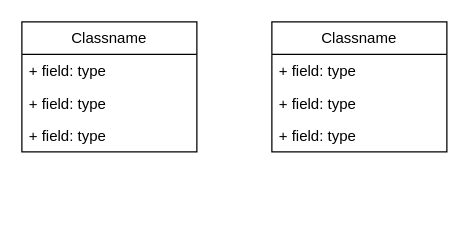
This is page "Save" (2 of 2) of uml/UML.drawio from Limacha/le-Seigneur-des-agnions, a draw.io file, before an edit. Source tidied: cells renumbered, new cells numbered last; positions are measured from the earlier drawing's top-left corner, leaving out a move shared by most shapes. Both pictures are drawn from the tidied source at 125%, with x=0, y=0 at pixel (21, 21).
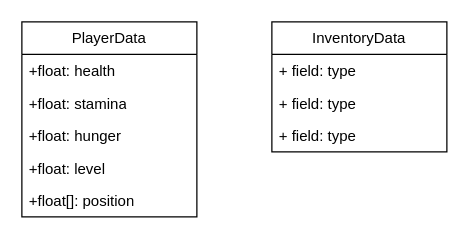
The same page after the edit.

Diff of the diagram source:
```diff
@@
 <mxGraphModel>
   <root>
     <mxCell id="0" />
     <mxCell id="1" parent="0" />
-    <mxCell id="2" value="Classname" style="swimlane;fontStyle=0;horizontal=1;startSize=26;fillColor=none;whiteSpace=wrap;html=1;" parent="1" vertex="1">
-      <mxGeometry width="140" height="104" as="geometry" />
+    <mxCell id="2" value="PlayerData" style="swimlane;fontStyle=0;horizontal=1;startSize=26;fillColor=none;whiteSpace=wrap;html=1;" parent="1" vertex="1">
+      <mxGeometry width="140" height="156" as="geometry" />
     </mxCell>
-    <mxCell id="3" value="+ field: type" style="text;strokeColor=none;fillColor=none;align=left;verticalAlign=top;spacingLeft=4;spacingRight=4;overflow=hidden;whiteSpace=wrap;html=1;" parent="2" vertex="1">
+    <mxCell id="3" value="+float: health" style="text;strokeColor=none;fillColor=none;align=left;verticalAlign=top;spacingLeft=4;spacingRight=4;overflow=hidden;whiteSpace=wrap;html=1;" parent="2" vertex="1">
       <mxGeometry y="26" width="140" height="26" as="geometry" />
     </mxCell>
-    <mxCell id="4" value="+ field: type" style="text;strokeColor=none;fillColor=none;align=left;verticalAlign=top;spacingLeft=4;spacingRight=4;overflow=hidden;whiteSpace=wrap;html=1;" parent="2" vertex="1">
+    <mxCell id="4" value="+float: stamina" style="text;strokeColor=none;fillColor=none;align=left;verticalAlign=top;spacingLeft=4;spacingRight=4;overflow=hidden;whiteSpace=wrap;html=1;" parent="2" vertex="1">
       <mxGeometry y="52" width="140" height="26" as="geometry" />
     </mxCell>
-    <mxCell id="5" value="+ field: type" style="text;strokeColor=none;fillColor=none;align=left;verticalAlign=top;spacingLeft=4;spacingRight=4;overflow=hidden;whiteSpace=wrap;html=1;" parent="2" vertex="1">
+    <mxCell id="5" value="+float: hunger" style="text;strokeColor=none;fillColor=none;align=left;verticalAlign=top;spacingLeft=4;spacingRight=4;overflow=hidden;whiteSpace=wrap;html=1;" parent="2" vertex="1">
       <mxGeometry y="78" width="140" height="26" as="geometry" />
     </mxCell>
+    <mxCell id="10" value="+float: level" style="text;strokeColor=none;fillColor=none;align=left;verticalAlign=top;spacingLeft=4;spacingRight=4;overflow=hidden;whiteSpace=wrap;html=1;" parent="2" vertex="1">
+      <mxGeometry y="104" width="140" height="26" as="geometry" />
+    </mxCell>
+    <mxCell id="11" value="+float[]: position" style="text;strokeColor=none;fillColor=none;align=left;verticalAlign=top;spacingLeft=4;spacingRight=4;overflow=hidden;whiteSpace=wrap;html=1;" parent="2" vertex="1">
+      <mxGeometry y="130" width="140" height="26" as="geometry" />
+    </mxCell>
-    <mxCell id="6" value="Classname" style="swimlane;fontStyle=0;horizontal=1;startSize=26;fillColor=none;whiteSpace=wrap;html=1;" parent="1" vertex="1">
+    <mxCell id="6" value="InventoryData" style="swimlane;fontStyle=0;horizontal=1;startSize=26;fillColor=none;whiteSpace=wrap;html=1;" parent="1" vertex="1">
       <mxGeometry x="200" width="140" height="104" as="geometry" />
     </mxCell>
     <mxCell id="7" value="+ field: type" style="text;strokeColor=none;fillColor=none;align=left;verticalAlign=top;spacingLeft=4;spacingRight=4;overflow=hidden;whiteSpace=wrap;html=1;" parent="6" vertex="1">
       <mxGeometry y="26" width="140" height="26" as="geometry" />
     </mxCell>
     <mxCell id="8" value="+ field: type" style="text;strokeColor=none;fillColor=none;align=left;verticalAlign=top;spacingLeft=4;spacingRight=4;overflow=hidden;whiteSpace=wrap;html=1;" parent="6" vertex="1">
       <mxGeometry y="52" width="140" height="26" as="geometry" />
     </mxCell>
     <mxCell id="9" value="+ field: type" style="text;strokeColor=none;fillColor=none;align=left;verticalAlign=top;spacingLeft=4;spacingRight=4;overflow=hidden;whiteSpace=wrap;html=1;" parent="6" vertex="1">
       <mxGeometry y="78" width="140" height="26" as="geometry" />
     </mxCell>
   </root>
 </mxGraphModel>
```
